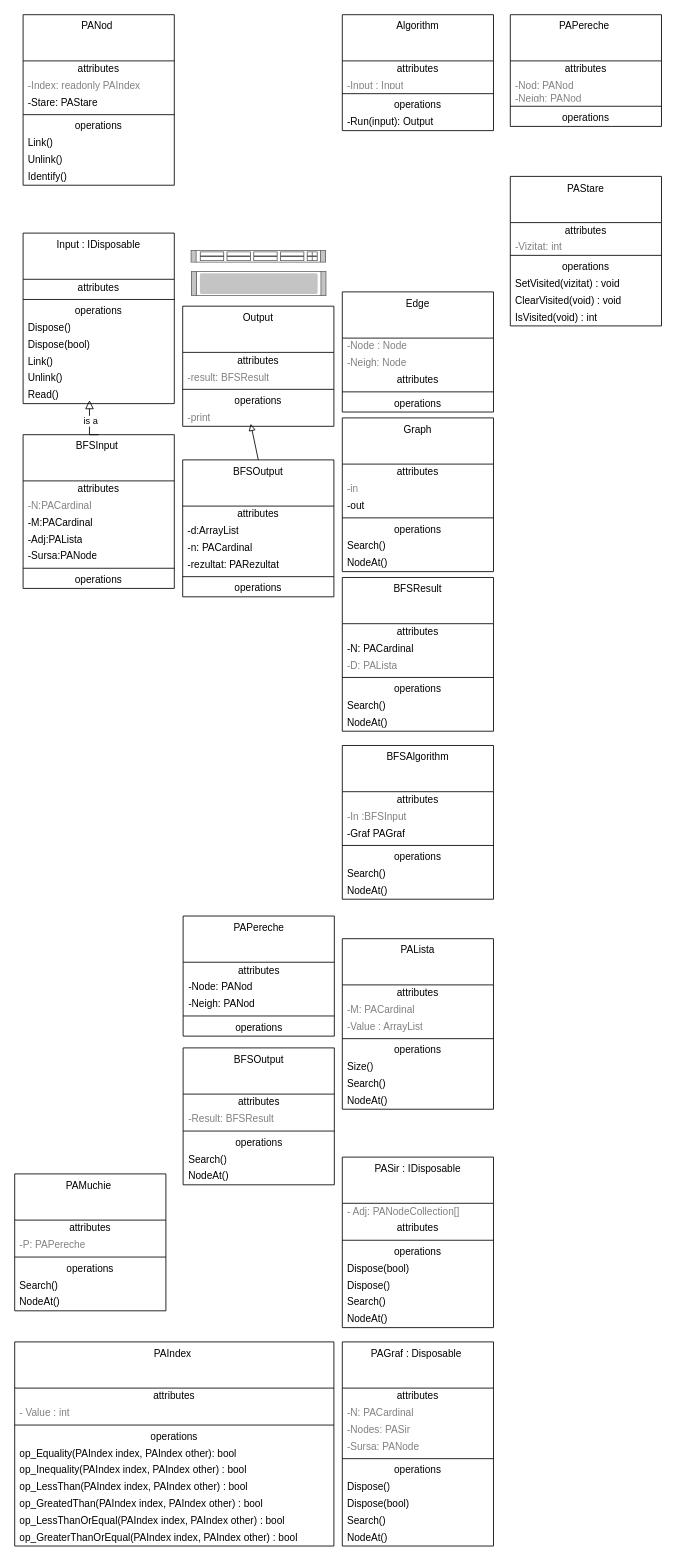
This is C.drawio from Cristof17/PALibrary, a draw.io file, before an edit. Source tidied: cells renumbered, new cells numbered last; positions are measured from the earlier drawing's top-left corner, leaving out a move shared by most shapes. Both pictures are drawn from the tidied source at 84%, with x=0, y=0 at pixel (14, 14).
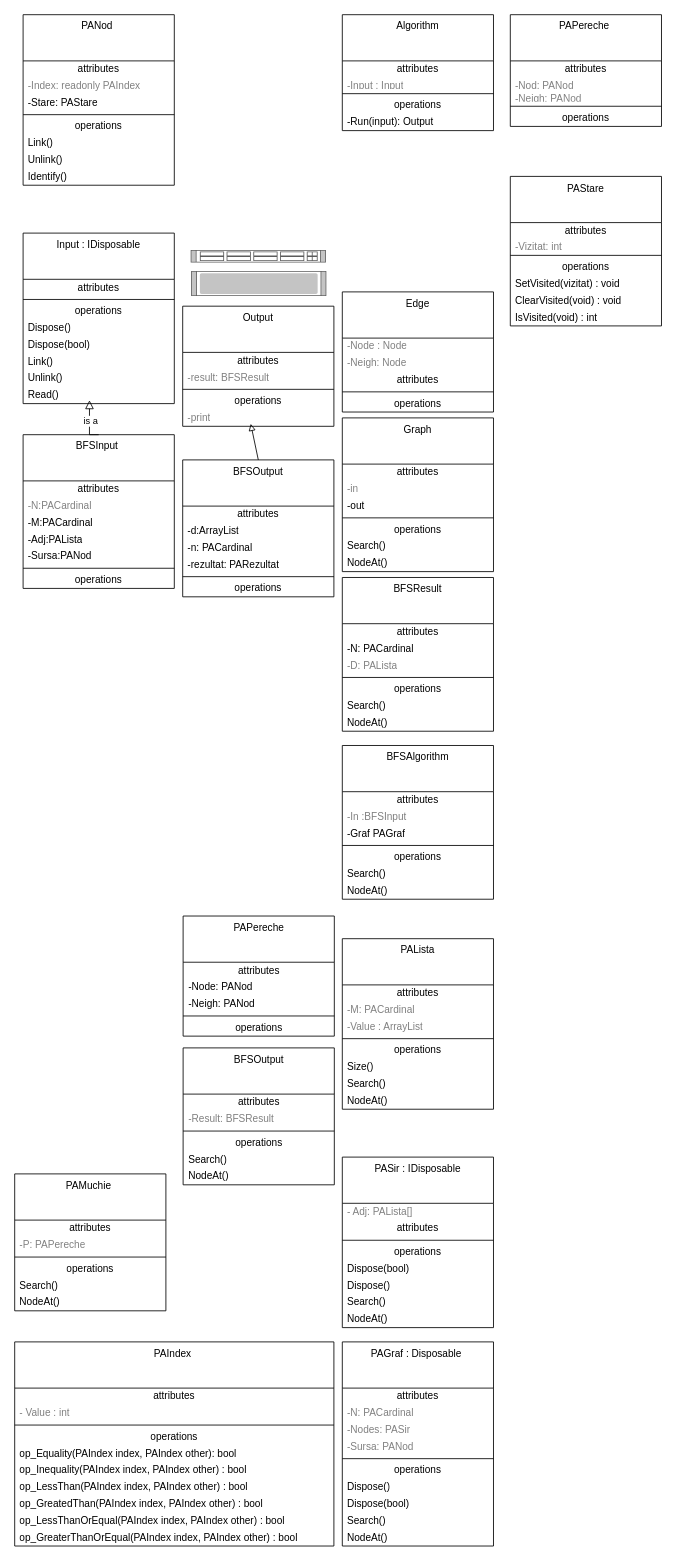
Above is the later version.

Commit message:
PANod in C.drawio not PANode and PANodeCollection

The change refers to these unchanged cells:
```xml
<mxCell id="38" value="BFSInput&amp;nbsp;" style="swimlane;fontStyle=0;align=center;verticalAlign=top;horizontal=1;startSize=55;html=1;whiteSpace=wrap;" parent="1" vertex="1">
  <mxGeometry x="10" y="500" width="180" height="183" as="geometry" />
</mxCell>
<mxCell id="83" value="PAGraf : Disposable&amp;nbsp;" style="swimlane;fontStyle=0;align=center;verticalAlign=top;horizontal=1;startSize=55;html=1;whiteSpace=wrap;" parent="1" vertex="1">
  <mxGeometry x="390" y="1580" width="180" height="243" as="geometry" />
</mxCell>
<mxCell id="144" value="PASir : IDisposable" style="swimlane;fontStyle=0;align=center;verticalAlign=top;horizontal=1;startSize=55;html=1;whiteSpace=wrap;" parent="1" vertex="1">
  <mxGeometry x="390" y="1360" width="180" height="203" as="geometry" />
</mxCell>
```

What changed in the source:
```diff
@@
-    <mxCell id="43" value="-Sursa:PANode" style="text;html=1;strokeColor=none;fillColor=none;align=left;verticalAlign=middle;spacingLeft=4;spacingRight=4;overflow=hidden;whiteSpace=wrap;" parent="38" vertex="1">
+    <mxCell id="43" value="-Sursa:PANod" style="text;html=1;strokeColor=none;fillColor=none;align=left;verticalAlign=middle;spacingLeft=4;spacingRight=4;overflow=hidden;whiteSpace=wrap;" parent="38" vertex="1">
       <mxGeometry y="135" width="180" height="20" as="geometry" />
     </mxCell>
@@
-    <mxCell id="87" value="-Sursa: PANode" style="text;html=1;strokeColor=none;fillColor=none;align=left;verticalAlign=middle;spacingLeft=4;spacingRight=4;overflow=hidden;fontColor=#808080;whiteSpace=wrap;" parent="83" vertex="1">
+    <mxCell id="87" value="-Sursa: PANod" style="text;html=1;strokeColor=none;fillColor=none;align=left;verticalAlign=middle;spacingLeft=4;spacingRight=4;overflow=hidden;fontColor=#808080;whiteSpace=wrap;" parent="83" vertex="1">
       <mxGeometry y="115" width="180" height="20" as="geometry" />
     </mxCell>
@@
-    <mxCell id="145" value="- Adj: PANodeCollection[]" style="text;html=1;strokeColor=none;fillColor=none;align=left;verticalAlign=middle;spacingLeft=4;spacingRight=4;overflow=hidden;fontColor=#808080;whiteSpace=wrap;" parent="144" vertex="1">
+    <mxCell id="145" value="- Adj: PALista[]" style="text;html=1;strokeColor=none;fillColor=none;align=left;verticalAlign=middle;spacingLeft=4;spacingRight=4;overflow=hidden;fontColor=#808080;whiteSpace=wrap;" parent="144" vertex="1">
       <mxGeometry y="55" width="180" height="20" as="geometry" />
     </mxCell>
```
